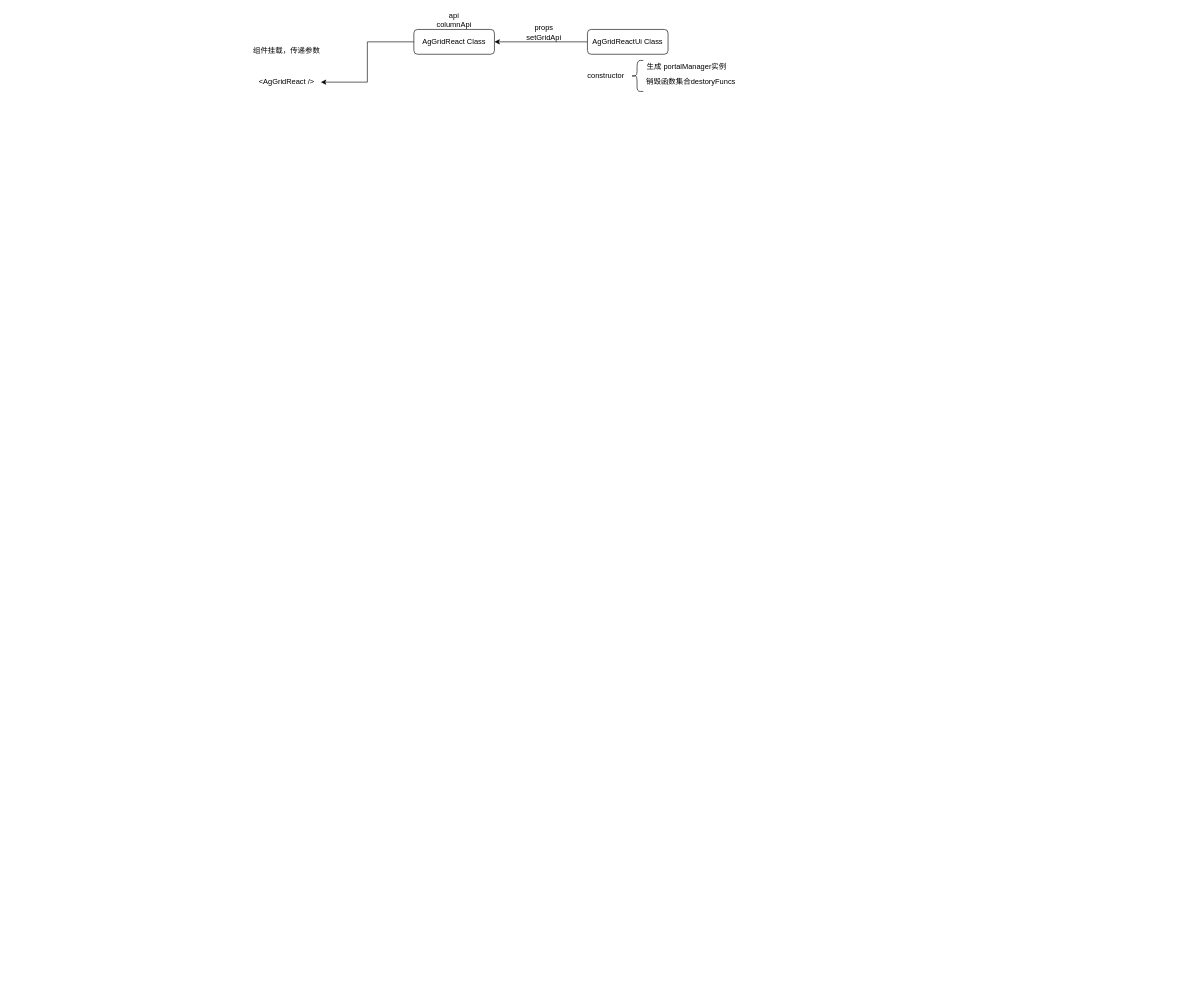
The draw.io diagram ag-grid.drawio in ZhangXDong/drawio, before the edit. Source tidied: cells renumbered, new cells numbered last; positions are measured from the earlier drawing's top-left corner, leaving out a move shared by most shapes. Both pictures are drawn from the tidied source at 62%, with x=0, y=0 at pixel (249, 11).
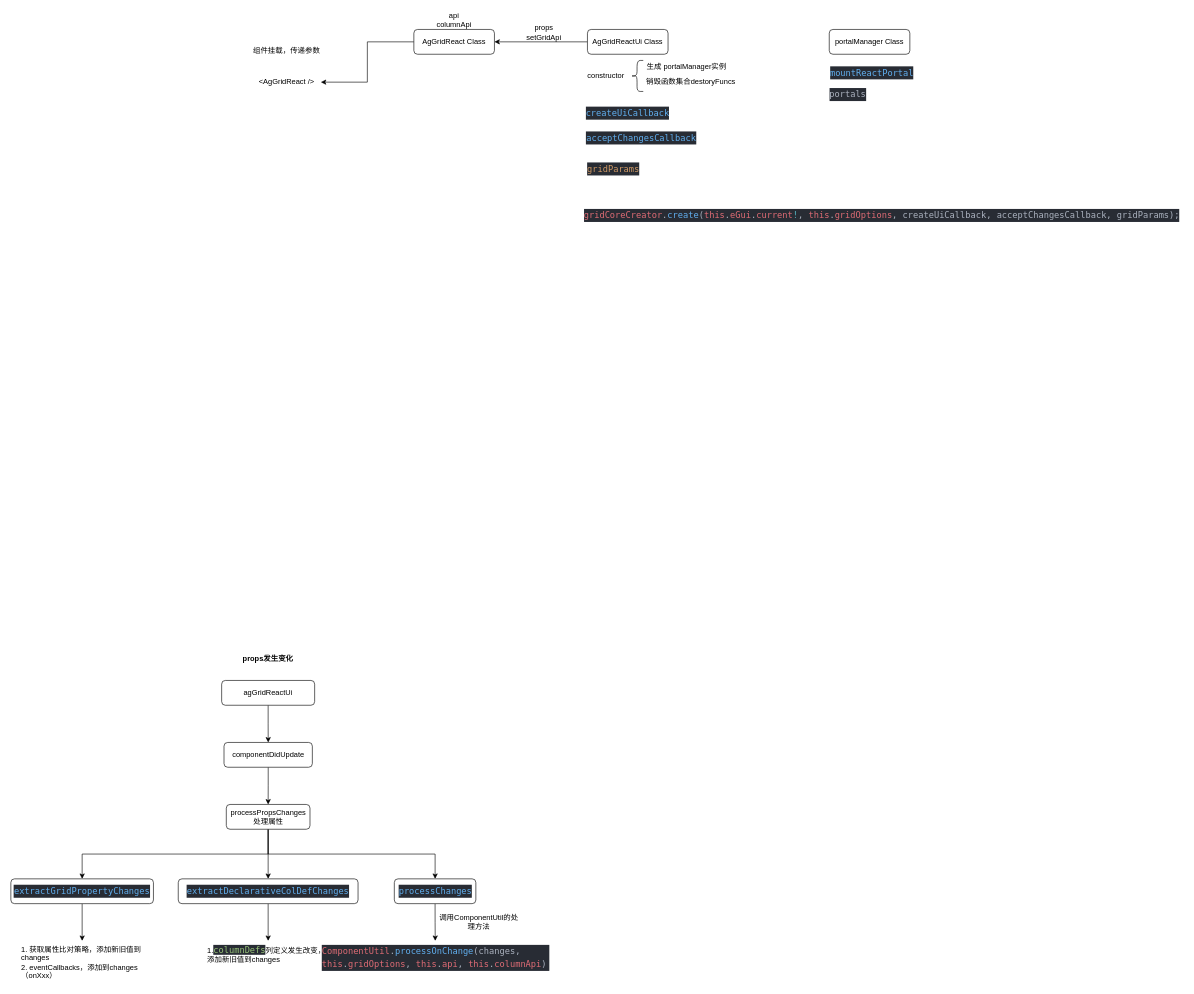
The same page after the edit.

Change to the diagram source:
```diff
@@
+    <mxCell id="14" value="portalManager Class" style="rounded=1;whiteSpace=wrap;html=1;" parent="1" vertex="1">
+      <mxGeometry x="935" y="30" width="130" height="40" as="geometry" />
+    </mxCell>
+    <mxCell id="15" value="&lt;div style=&quot;color: rgb(171, 178, 191); background-color: rgb(40, 44, 52); font-family: Menlo, Monaco, &amp;quot;Courier New&amp;quot;, monospace; font-size: 14px; line-height: 21px;&quot;&gt;&lt;span style=&quot;color: #61afef;&quot;&gt;mountReactPortal&lt;/span&gt;&lt;/div&gt;" style="text;html=1;strokeColor=none;fillColor=none;align=center;verticalAlign=middle;whiteSpace=wrap;rounded=0;" parent="1" vertex="1">
+      <mxGeometry x="954" y="90" width="100" height="20" as="geometry" />
+    </mxCell>
+    <mxCell id="16" value="&lt;div style=&quot;color: rgb(171, 178, 191); background-color: rgb(40, 44, 52); font-family: Menlo, Monaco, &amp;quot;Courier New&amp;quot;, monospace; font-size: 14px; line-height: 21px;&quot;&gt;portals&lt;/div&gt;" style="text;html=1;strokeColor=none;fillColor=none;align=center;verticalAlign=middle;whiteSpace=wrap;rounded=0;" parent="1" vertex="1">
+      <mxGeometry x="935" y="120" width="60" height="30" as="geometry" />
+    </mxCell>
+    <mxCell id="17" value="&lt;div style=&quot;color: rgb(171, 178, 191); background-color: rgb(40, 44, 52); font-family: Menlo, Monaco, &amp;quot;Courier New&amp;quot;, monospace; font-size: 14px; line-height: 21px;&quot;&gt;&lt;span style=&quot;color: #e06c75;&quot;&gt;gridCoreCreator&lt;/span&gt;.&lt;span style=&quot;color: #61afef;&quot;&gt;create&lt;/span&gt;(&lt;span style=&quot;color: #e06c75;&quot;&gt;this&lt;/span&gt;.&lt;span style=&quot;color: #e06c75;&quot;&gt;eGui&lt;/span&gt;.&lt;span style=&quot;color: #e06c75;&quot;&gt;current&lt;/span&gt;&lt;span style=&quot;color: #56b6c2;&quot;&gt;!&lt;/span&gt;, &lt;span style=&quot;color: #e06c75;&quot;&gt;this&lt;/span&gt;.&lt;span style=&quot;color: #e06c75;&quot;&gt;gridOptions&lt;/span&gt;, createUiCallback, acceptChangesCallback, gridParams);&lt;/div&gt;" style="text;html=1;strokeColor=none;fillColor=none;align=center;verticalAlign=middle;whiteSpace=wrap;rounded=0;" parent="1" vertex="1">
+      <mxGeometry x="535" y="310" width="970" height="40" as="geometry" />
+    </mxCell>
+    <mxCell id="18" value="&lt;div style=&quot;color: rgb(171, 178, 191); background-color: rgb(40, 44, 52); font-family: Menlo, Monaco, &amp;quot;Courier New&amp;quot;, monospace; font-size: 14px; line-height: 21px;&quot;&gt;&lt;span style=&quot;color: #61afef;&quot;&gt;createUiCallback&lt;/span&gt;&lt;/div&gt;" style="text;html=1;strokeColor=none;fillColor=none;align=center;verticalAlign=middle;whiteSpace=wrap;rounded=0;" parent="1" vertex="1">
+      <mxGeometry x="545" y="150" width="130" height="30" as="geometry" />
+    </mxCell>
+    <mxCell id="19" value="&lt;div style=&quot;color: rgb(171, 178, 191); background-color: rgb(40, 44, 52); font-family: Menlo, Monaco, &amp;quot;Courier New&amp;quot;, monospace; font-weight: normal; font-size: 14px; line-height: 21px;&quot;&gt;&lt;div&gt;&lt;span style=&quot;color: #61afef;&quot;&gt;acceptChangesCallback&lt;/span&gt;&lt;/div&gt;&lt;/div&gt;" style="text;html=1;strokeColor=none;fillColor=none;align=center;verticalAlign=middle;whiteSpace=wrap;rounded=0;" parent="1" vertex="1">
+      <mxGeometry x="542" y="190" width="180" height="30" as="geometry" />
+    </mxCell>
+    <mxCell id="20" value="&lt;div style=&quot;color: rgb(171, 178, 191); background-color: rgb(40, 44, 52); font-family: Menlo, Monaco, &amp;quot;Courier New&amp;quot;, monospace; font-size: 14px; line-height: 21px;&quot;&gt;&lt;span style=&quot;color: #d19a66;&quot;&gt;gridParams&lt;/span&gt;&lt;/div&gt;" style="text;html=1;strokeColor=none;fillColor=none;align=center;verticalAlign=middle;whiteSpace=wrap;rounded=0;" parent="1" vertex="1">
+      <mxGeometry x="542" y="240" width="90" height="30" as="geometry" />
+    </mxCell>
+    <mxCell id="21" value="props发生变化" style="text;html=1;strokeColor=none;fillColor=none;align=center;verticalAlign=middle;whiteSpace=wrap;rounded=0;fontStyle=1;" parent="1" vertex="1">
+      <mxGeometry x="-25" y="1030" width="110" height="30" as="geometry" />
+    </mxCell>
+    <mxCell id="22" style="edgeStyle=orthogonalEdgeStyle;rounded=0;jettySize=auto;html=1;" parent="1" edge="1" source="23" target="25">
+      <mxGeometry relative="1" as="geometry" />
+    </mxCell>
+    <mxCell id="23" value="agGridReactUi" style="rounded=1;whiteSpace=wrap;html=1;" parent="1" vertex="1">
+      <mxGeometry x="-45" y="1080" width="150" height="40" as="geometry" />
+    </mxCell>
+    <mxCell id="24" style="edgeStyle=orthogonalEdgeStyle;rounded=0;jettySize=auto;html=1;" parent="1" edge="1" source="25" target="29">
+      <mxGeometry relative="1" as="geometry" />
+    </mxCell>
+    <mxCell id="25" value="componentDidUpdate" style="whiteSpace=wrap;html=1;rounded=1;" parent="1" vertex="1">
+      <mxGeometry x="-41.2" y="1180" width="142.5" height="40" as="geometry" />
+    </mxCell>
+    <mxCell id="26" style="edgeStyle=orthogonalEdgeStyle;rounded=0;jettySize=auto;html=1;exitX=0.5;exitY=1;exitDx=0;exitDy=0;entryX=0.5;entryY=0;entryDx=0;entryDy=0;" parent="1" edge="1" source="29" target="31">
+      <mxGeometry relative="1" as="geometry" />
+    </mxCell>
+    <mxCell id="27" style="edgeStyle=orthogonalEdgeStyle;rounded=0;jettySize=auto;html=1;exitX=0.5;exitY=1;exitDx=0;exitDy=0;entryX=0.5;entryY=0;entryDx=0;entryDy=0;" parent="1" edge="1" source="29" target="33">
+      <mxGeometry relative="1" as="geometry" />
+    </mxCell>
+    <mxCell id="28" style="edgeStyle=orthogonalEdgeStyle;rounded=0;jettySize=auto;html=1;exitX=0.5;exitY=1;exitDx=0;exitDy=0;" parent="1" edge="1" source="29" target="35">
+      <mxGeometry relative="1" as="geometry" />
+    </mxCell>
+    <mxCell id="29" value="processPropsChanges 处理属性" style="whiteSpace=wrap;html=1;rounded=1;" parent="1" vertex="1">
+      <mxGeometry x="-37.5" y="1280" width="135" height="40" as="geometry" />
+    </mxCell>
+    <mxCell id="30" style="edgeStyle=orthogonalEdgeStyle;rounded=0;jettySize=auto;html=1;exitX=0.5;exitY=1;exitDx=0;exitDy=0;entryX=0.5;entryY=0;entryDx=0;entryDy=0;" parent="1" edge="1" source="31" target="36">
+      <mxGeometry relative="1" as="geometry" />
+    </mxCell>
+    <mxCell id="31" value="&lt;div style=&quot;color: rgb(171, 178, 191); background-color: rgb(40, 44, 52); font-family: Menlo, Monaco, &amp;quot;Courier New&amp;quot;, monospace; font-size: 14px; line-height: 21px;&quot;&gt;&lt;span style=&quot;color: #61afef;&quot;&gt;extractGridPropertyChanges&lt;/span&gt;&lt;/div&gt;" style="rounded=1;whiteSpace=wrap;html=1;" parent="1" vertex="1">
+      <mxGeometry x="-385" y="1400" width="230" height="40" as="geometry" />
+    </mxCell>
+    <mxCell id="32" style="edgeStyle=orthogonalEdgeStyle;rounded=0;jettySize=auto;html=1;exitX=0.5;exitY=1;exitDx=0;exitDy=0;" parent="1" edge="1" source="33" target="37">
+      <mxGeometry relative="1" as="geometry" />
+    </mxCell>
+    <mxCell id="33" value="&lt;div style=&quot;color: rgb(171, 178, 191); background-color: rgb(40, 44, 52); font-family: Menlo, Monaco, &amp;quot;Courier New&amp;quot;, monospace; font-size: 14px; line-height: 21px;&quot;&gt;&lt;div style=&quot;line-height: 21px;&quot;&gt;&lt;span style=&quot;color: #61afef;&quot;&gt;extractDeclarativeColDefChanges&lt;/span&gt;&lt;/div&gt;&lt;/div&gt;" style="rounded=1;whiteSpace=wrap;html=1;" parent="1" vertex="1">
+      <mxGeometry x="-115" y="1400" width="290" height="40" as="geometry" />
+    </mxCell>
+    <mxCell id="34" style="edgeStyle=orthogonalEdgeStyle;rounded=0;jettySize=auto;html=1;exitX=0.5;exitY=1;exitDx=0;exitDy=0;" parent="1" edge="1" source="35" target="38">
+      <mxGeometry relative="1" as="geometry" />
+    </mxCell>
+    <mxCell id="35" value="&lt;div style=&quot;color: rgb(171, 178, 191); background-color: rgb(40, 44, 52); font-family: Menlo, Monaco, &amp;quot;Courier New&amp;quot;, monospace; font-size: 14px; line-height: 21px;&quot;&gt;&lt;div style=&quot;line-height: 21px;&quot;&gt;&lt;span style=&quot;color: #61afef;&quot;&gt;processChanges&lt;/span&gt;&lt;/div&gt;&lt;/div&gt;" style="rounded=1;whiteSpace=wrap;html=1;" parent="1" vertex="1">
+      <mxGeometry x="233.5" y="1400" width="131.5" height="40" as="geometry" />
+    </mxCell>
+    <mxCell id="36" value="1. 获取属性比对策略，添加新旧值到changes&lt;br&gt;2. eventCallbacks，添加到changes（onXxx）" style="text;html=1;strokeColor=none;fillColor=none;align=left;verticalAlign=top;whiteSpace=wrap;rounded=0;" parent="1" vertex="1">
+      <mxGeometry x="-370" y="1500" width="200" height="70" as="geometry" />
+    </mxCell>
+    <mxCell id="37" value="1.&lt;span style=&quot;color: rgb(152, 195, 121); background-color: rgb(40, 44, 52); font-family: Menlo, Monaco, &amp;quot;Courier New&amp;quot;, monospace; font-size: 14px;&quot;&gt;columnDefs&lt;/span&gt;&lt;span style=&quot;background-color: initial;&quot;&gt;列定义发生改变，添加新旧值到changes&lt;/span&gt;" style="text;html=1;strokeColor=none;fillColor=none;align=left;verticalAlign=top;whiteSpace=wrap;rounded=0;" parent="1" vertex="1">
+      <mxGeometry x="-70" y="1500" width="200" height="70" as="geometry" />
+    </mxCell>
+    <mxCell id="38" value="&lt;div style=&quot;color: rgb(171, 178, 191); background-color: rgb(40, 44, 52); font-family: Menlo, Monaco, &amp;quot;Courier New&amp;quot;, monospace; font-weight: normal; font-size: 14px; line-height: 21px;&quot;&gt;&lt;div&gt;&lt;span style=&quot;color: #e06c75;&quot;&gt;ComponentUtil&lt;/span&gt;&lt;span style=&quot;color: #abb2bf;&quot;&gt;.&lt;/span&gt;&lt;span style=&quot;color: #61afef;&quot;&gt;processOnChange&lt;/span&gt;&lt;span style=&quot;color: #abb2bf;&quot;&gt;(changes, &lt;/span&gt;&lt;span style=&quot;color: #e06c75;&quot;&gt;this&lt;/span&gt;&lt;span style=&quot;color: #abb2bf;&quot;&gt;.&lt;/span&gt;&lt;span style=&quot;color: #e06c75;&quot;&gt;gridOptions&lt;/span&gt;&lt;span style=&quot;color: #abb2bf;&quot;&gt;, &lt;/span&gt;&lt;span style=&quot;color: #e06c75;&quot;&gt;this&lt;/span&gt;&lt;span style=&quot;color: #abb2bf;&quot;&gt;.&lt;/span&gt;&lt;span style=&quot;color: #e06c75;&quot;&gt;api&lt;/span&gt;&lt;span style=&quot;color: #abb2bf;&quot;&gt;, &lt;/span&gt;&lt;span style=&quot;color: #e06c75;&quot;&gt;this&lt;/span&gt;&lt;span style=&quot;color: #abb2bf;&quot;&gt;.&lt;/span&gt;&lt;span style=&quot;color: #e06c75;&quot;&gt;columnApi&lt;/span&gt;&lt;span style=&quot;color: #abb2bf;&quot;&gt;)&lt;/span&gt;&lt;/div&gt;&lt;/div&gt;" style="text;html=1;strokeColor=none;fillColor=none;align=left;verticalAlign=top;whiteSpace=wrap;rounded=0;" parent="1" vertex="1">
+      <mxGeometry x="115" y="1500" width="369" height="70" as="geometry" />
+    </mxCell>
+    <mxCell id="39" value="调用ComponentUtil的处理方法" style="text;html=1;strokeColor=none;fillColor=none;align=center;verticalAlign=middle;whiteSpace=wrap;rounded=0;" parent="1" vertex="1">
+      <mxGeometry x="305" y="1460" width="130" height="20" as="geometry" />
+    </mxCell>
```
